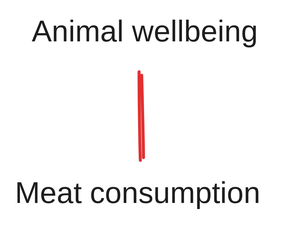
The Excalidraw diagram reports/thesis/diagrams/cog_inconsistency/cognitive_dissonance.svg in henry-zwart/msc_thesis, before a commit. Source tidied: one line per element, renumbered; positions are measured from the earlier drawing's top-left corner, leaving out a move shared by most shapes. The source it was exported from:
```json
{"id": 0, "type": "text", "text": "Meat consumption", "strokeColor": "#1e1e1e", "strokeWidth": 2, "roughness": 1, "fontSize": 20, "fontFamily": 5, "x": 0, "y": 108, "width": 174, "height": 25}
{"id": 1, "type": "text", "text": "Animal wellbeing", "strokeColor": "#1e1e1e", "strokeWidth": 2, "roughness": 1, "fontSize": 20, "fontFamily": 5, "x": 11, "y": 0, "width": 148, "height": 25}
{"id": 2, "type": "line", "strokeColor": "#e03131", "backgroundColor": "#1971c2", "fillStyle": "solid", "strokeWidth": 2, "roughness": 1, "round": true, "x": 84, "y": 38, "width": 1, "height": 58, "points": [[0, 0], [1, 58]]}
```
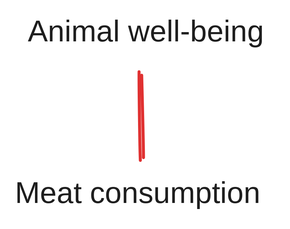
After the change.

Diff of the diagram source:
```diff
@@ -1,3 +1,3 @@
 {"id": 0, "type": "text", "text": "Meat consumption", "strokeColor": "#1e1e1e", "strokeWidth": 2, "roughness": 1, "fontSize": 20, "fontFamily": 5, "x": 0, "y": 108, "width": 174, "height": 25}
-{"id": 1, "type": "text", "text": "Animal wellbeing", "strokeColor": "#1e1e1e", "strokeWidth": 2, "roughness": 1, "fontSize": 20, "fontFamily": 5, "x": 11, "y": 0, "width": 148, "height": 25}
+{"id": 1, "type": "text", "text": "Animal well-being", "strokeColor": "#1e1e1e", "strokeWidth": 2, "roughness": 1, "fontSize": 20, "fontFamily": 5, "x": 9, "y": 0, "width": 156, "height": 25}
 {"id": 2, "type": "line", "strokeColor": "#e03131", "backgroundColor": "#1971c2", "fillStyle": "solid", "strokeWidth": 2, "roughness": 1, "round": true, "x": 84, "y": 38, "width": 1, "height": 58, "points": [[0, 0], [1, 58]]}
```
